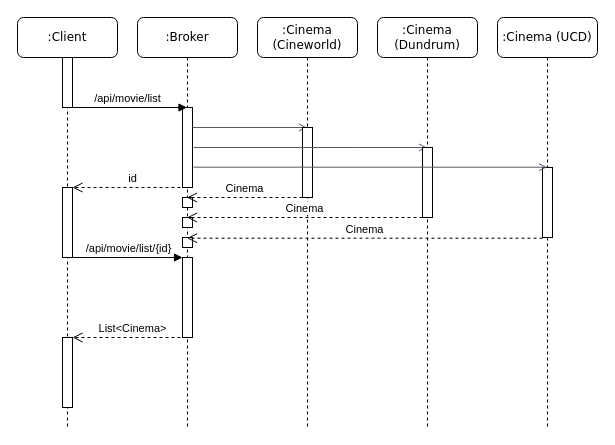
The draw.io diagram report/assets/diagrams/cs02-sequence.drawio in rajitbanerjee/microservice-design-patterns, before the edit. Source tidied: cells renumbered, new cells numbered last; positions are measured from the earlier drawing's top-left corner, leaving out a move shared by most shapes. Both pictures are drawn from the tidied source at 100%, with x=0, y=0 at pixel (17, 17).
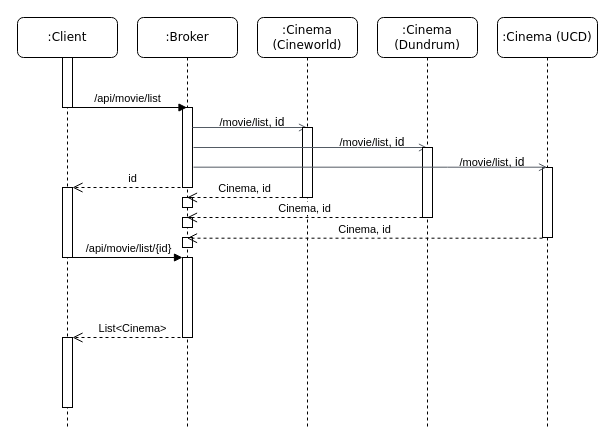
The same page after the edit.

Commit message (it also covers changes not shown here):
Update cs02 patterns, diagrams and start eval

The change refers to these unchanged cells:
```xml
<mxCell id="6" value=":Broker" style="shape=umlLifeline;perimeter=lifelinePerimeter;whiteSpace=wrap;html=1;outlineConnect=0;rounded=1;shadow=0;comic=0;labelBackgroundColor=none;strokeWidth=1;fontFamily=Verdana;fontSize=12;align=center;" parent="1" vertex="1">
  <mxGeometry x="120" width="100" height="410" as="geometry" />
</mxCell>
<mxCell id="16" value=":Cinema (Cineworld)" style="shape=umlLifeline;perimeter=lifelinePerimeter;whiteSpace=wrap;html=1;outlineConnect=0;rounded=1;shadow=0;comic=0;labelBackgroundColor=none;strokeWidth=1;fontFamily=Verdana;fontSize=12;align=center;" parent="1" vertex="1">
  <mxGeometry x="240" width="100" height="410" as="geometry" />
</mxCell>
<mxCell id="20" value=":Cinema (Dundrum)" style="shape=umlLifeline;perimeter=lifelinePerimeter;whiteSpace=wrap;html=1;outlineConnect=0;rounded=1;shadow=0;comic=0;labelBackgroundColor=none;strokeWidth=1;fontFamily=Verdana;fontSize=12;align=center;" parent="1" vertex="1">
  <mxGeometry x="360" width="100" height="410" as="geometry" />
</mxCell>
<mxCell id="23" value=":Cinema (UCD)" style="shape=umlLifeline;perimeter=lifelinePerimeter;whiteSpace=wrap;html=1;outlineConnect=0;rounded=1;shadow=0;comic=0;labelBackgroundColor=none;strokeWidth=1;fontFamily=Verdana;fontSize=12;align=center;" parent="1" vertex="1">
  <mxGeometry x="480" width="100" height="410" as="geometry" />
</mxCell>
```

The edit, as a diff of the source:
```diff
@@
-    <mxCell id="18" value="Cinema" style="html=1;verticalAlign=bottom;endArrow=open;dashed=1;endSize=8;rounded=0;" parent="16" edge="1" target="6">
+    <mxCell id="18" value="Cinema, id " style="html=1;verticalAlign=bottom;endArrow=open;dashed=1;endSize=8;rounded=0;" parent="16" edge="1" target="6">
       <mxGeometry relative="1" as="geometry">
         <mxPoint x="45" y="180" as="sourcePoint" />
       </mxGeometry>
     </mxCell>
@@
+    <mxCell id="28" value="&lt;font style=&quot;font-size: 11px&quot;&gt;/movie/list&lt;/font&gt;, id" style="text;html=1;strokeColor=none;fillColor=none;align=center;verticalAlign=middle;whiteSpace=wrap;rounded=0;" parent="16" vertex="1">
+      <mxGeometry x="-40" y="100" width="70" height="10" as="geometry" />
+    </mxCell>
@@
-    <mxCell id="22" value="Cinema" style="html=1;verticalAlign=bottom;endArrow=open;dashed=1;endSize=8;rounded=0;" parent="20" edge="1" target="6">
+    <mxCell id="22" value="Cinema, id" style="html=1;verticalAlign=bottom;endArrow=open;dashed=1;endSize=8;rounded=0;" parent="20" edge="1" target="6">
       <mxGeometry relative="1" as="geometry">
         <mxPoint x="165" y="220.7" as="sourcePoint" />
       </mxGeometry>
     </mxCell>
+    <mxCell id="29" value="&lt;font style=&quot;font-size: 11px&quot;&gt;/movie/list&lt;/font&gt;, id" style="text;html=1;strokeColor=none;fillColor=none;align=center;verticalAlign=middle;whiteSpace=wrap;rounded=0;" parent="20" vertex="1">
+      <mxGeometry x="-40" y="120" width="70" height="10" as="geometry" />
+    </mxCell>
@@
+    <mxCell id="30" value="&lt;font style=&quot;font-size: 11px&quot;&gt;/movie/list&lt;/font&gt;, id" style="text;html=1;strokeColor=none;fillColor=none;align=center;verticalAlign=middle;whiteSpace=wrap;rounded=0;" parent="23" vertex="1">
+      <mxGeometry x="-40" y="140" width="70" height="10" as="geometry" />
+    </mxCell>
@@
-    <mxCell id="26" value="Cinema" style="html=1;verticalAlign=bottom;endArrow=open;dashed=1;endSize=8;rounded=0;" parent="1" edge="1" target="6">
+    <mxCell id="26" value="Cinema, id" style="html=1;verticalAlign=bottom;endArrow=open;dashed=1;endSize=8;rounded=0;" parent="1" edge="1" target="6">
       <mxGeometry relative="1" as="geometry">
         <mxPoint x="405" y="200" as="sourcePoint" />
       </mxGeometry>
     </mxCell>
```
